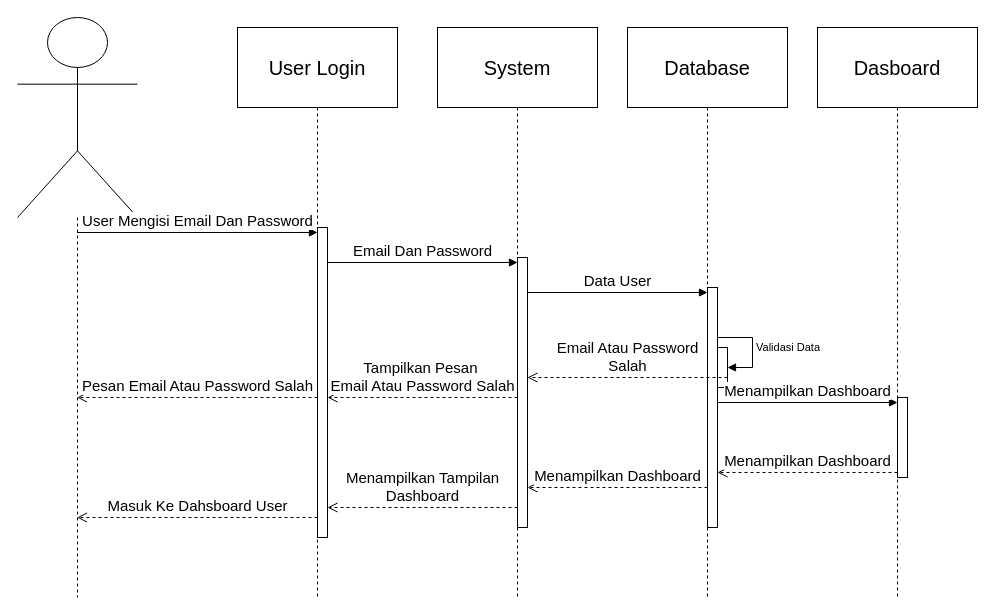
Above: Untitled Diagram.drawio in salmanalfarizqi/apps (draw.io), before the change. Source tidied: cells renumbered, new cells numbered last; positions are measured from the earlier drawing's top-left corner, leaving out a move shared by most shapes. Both pictures are drawn from the tidied source at 100%, with x=0, y=0 at pixel (17, 17).
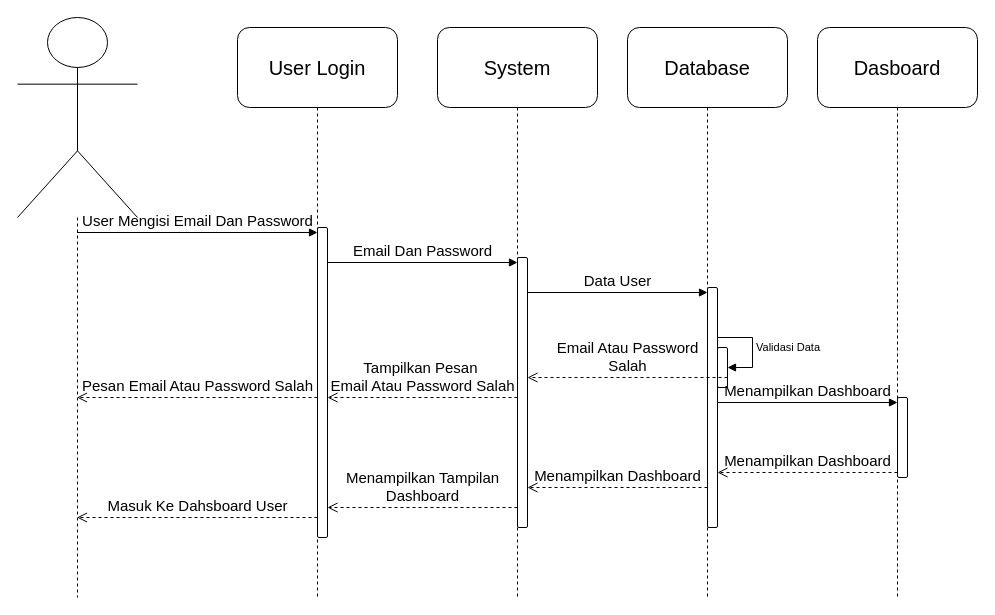
The same page after the edit.

Diff of the diagram source:
```diff
@@
-    <mxCell id="2" style="shape=umlLifeline;perimeter=lifelinePerimeter;whiteSpace=wrap;html=1;outlineConnect=0;portConstraint=eastwest;newEdgeStyle={&quot;curved&quot;:0,&quot;rounded&quot;:0};participant=umlActor;size=200;" parent="1" vertex="1">
+    <mxCell id="2" style="shape=umlLifeline;perimeter=lifelinePerimeter;whiteSpace=wrap;html=1;outlineConnect=0;portConstraint=eastwest;newEdgeStyle={&quot;curved&quot;:0,&quot;rounded&quot;:0};participant=umlActor;size=200;labelBackgroundColor=none;rounded=1;" parent="1" vertex="1">
       <mxGeometry width="120" height="580" as="geometry" />
     </mxCell>
-    <mxCell id="3" value="&lt;font style=&quot;font-size: 20px;&quot;&gt;User Login&lt;/font&gt;" style="shape=umlLifeline;perimeter=lifelinePerimeter;whiteSpace=wrap;html=1;newEdgeStyle={&quot;curved&quot;:0,&quot;rounded&quot;:0};size=80;" parent="1" vertex="1">
+    <mxCell id="3" value="&lt;font style=&quot;font-size: 20px;&quot;&gt;User Login&lt;/font&gt;" style="shape=umlLifeline;perimeter=lifelinePerimeter;whiteSpace=wrap;html=1;newEdgeStyle={&quot;curved&quot;:0,&quot;rounded&quot;:0};size=80;labelBackgroundColor=none;rounded=1;" parent="1" vertex="1">
       <mxGeometry x="220" y="10" width="160" height="570" as="geometry" />
     </mxCell>
-    <mxCell id="4" style="html=1;points=[[0,0,0,0,5],[0,1,0,0,-5],[1,0,0,0,5],[1,1,0,0,-5]];perimeter=orthogonalPerimeter;outlineConnect=0;targetShapes=umlLifeline;portConstraint=eastwest;newEdgeStyle={&quot;curved&quot;:0,&quot;rounded&quot;:0};" parent="3" vertex="1">
+    <mxCell id="4" style="html=1;points=[[0,0,0,0,5],[0,1,0,0,-5],[1,0,0,0,5],[1,1,0,0,-5]];perimeter=orthogonalPerimeter;outlineConnect=0;targetShapes=umlLifeline;portConstraint=eastwest;newEdgeStyle={&quot;curved&quot;:0,&quot;rounded&quot;:0};labelBackgroundColor=none;rounded=1;" parent="3" vertex="1">
       <mxGeometry x="80" y="200" width="10" height="310" as="geometry" />
     </mxCell>
-    <mxCell id="5" value="&lt;span style=&quot;font-size: 20px;&quot;&gt;System&lt;/span&gt;" style="shape=umlLifeline;perimeter=lifelinePerimeter;whiteSpace=wrap;html=1;newEdgeStyle={&quot;curved&quot;:0,&quot;rounded&quot;:0};size=80;" parent="1" vertex="1">
+    <mxCell id="5" value="&lt;span style=&quot;font-size: 20px;&quot;&gt;System&lt;/span&gt;" style="shape=umlLifeline;perimeter=lifelinePerimeter;whiteSpace=wrap;html=1;newEdgeStyle={&quot;curved&quot;:0,&quot;rounded&quot;:0};size=80;labelBackgroundColor=none;rounded=1;" parent="1" vertex="1">
       <mxGeometry x="420" y="10" width="160" height="570" as="geometry" />
     </mxCell>
-    <mxCell id="6" style="html=1;points=[[0,0,0,0,5],[0,1,0,0,-5],[1,0,0,0,5],[1,1,0,0,-5]];perimeter=orthogonalPerimeter;outlineConnect=0;targetShapes=umlLifeline;portConstraint=eastwest;newEdgeStyle={&quot;curved&quot;:0,&quot;rounded&quot;:0};" parent="5" vertex="1">
+    <mxCell id="6" style="html=1;points=[[0,0,0,0,5],[0,1,0,0,-5],[1,0,0,0,5],[1,1,0,0,-5]];perimeter=orthogonalPerimeter;outlineConnect=0;targetShapes=umlLifeline;portConstraint=eastwest;newEdgeStyle={&quot;curved&quot;:0,&quot;rounded&quot;:0};labelBackgroundColor=none;rounded=1;" parent="5" vertex="1">
       <mxGeometry x="80" y="230" width="10" height="270" as="geometry" />
     </mxCell>
-    <mxCell id="7" value="&lt;span style=&quot;font-size: 20px;&quot;&gt;Database&lt;/span&gt;" style="shape=umlLifeline;perimeter=lifelinePerimeter;whiteSpace=wrap;html=1;newEdgeStyle={&quot;curved&quot;:0,&quot;rounded&quot;:0};size=80;" parent="1" vertex="1">
+    <mxCell id="7" value="&lt;span style=&quot;font-size: 20px;&quot;&gt;Database&lt;/span&gt;" style="shape=umlLifeline;perimeter=lifelinePerimeter;whiteSpace=wrap;html=1;newEdgeStyle={&quot;curved&quot;:0,&quot;rounded&quot;:0};size=80;labelBackgroundColor=none;rounded=1;" parent="1" vertex="1">
       <mxGeometry x="610" y="10" width="160" height="570" as="geometry" />
     </mxCell>
-    <mxCell id="8" style="html=1;points=[[0,0,0,0,5],[0,1,0,0,-5],[1,0,0,0,5],[1,1,0,0,-5]];perimeter=orthogonalPerimeter;outlineConnect=0;targetShapes=umlLifeline;portConstraint=eastwest;newEdgeStyle={&quot;curved&quot;:0,&quot;rounded&quot;:0};" parent="7" vertex="1">
+    <mxCell id="8" style="html=1;points=[[0,0,0,0,5],[0,1,0,0,-5],[1,0,0,0,5],[1,1,0,0,-5]];perimeter=orthogonalPerimeter;outlineConnect=0;targetShapes=umlLifeline;portConstraint=eastwest;newEdgeStyle={&quot;curved&quot;:0,&quot;rounded&quot;:0};labelBackgroundColor=none;rounded=1;" parent="7" vertex="1">
       <mxGeometry x="80" y="260" width="10" height="240" as="geometry" />
     </mxCell>
-    <mxCell id="9" style="html=1;points=[[0,0,0,0,5],[0,1,0,0,-5],[1,0,0,0,5],[1,1,0,0,-5]];perimeter=orthogonalPerimeter;outlineConnect=0;targetShapes=umlLifeline;portConstraint=eastwest;newEdgeStyle={&quot;curved&quot;:0,&quot;rounded&quot;:0};" parent="7" vertex="1">
+    <mxCell id="9" style="html=1;points=[[0,0,0,0,5],[0,1,0,0,-5],[1,0,0,0,5],[1,1,0,0,-5]];perimeter=orthogonalPerimeter;outlineConnect=0;targetShapes=umlLifeline;portConstraint=eastwest;newEdgeStyle={&quot;curved&quot;:0,&quot;rounded&quot;:0};labelBackgroundColor=none;rounded=1;" parent="7" vertex="1">
       <mxGeometry x="90" y="320" width="10" height="40" as="geometry" />
     </mxCell>
-    <mxCell id="10" value="Validasi Data" style="html=1;align=left;spacingLeft=2;endArrow=block;rounded=0;edgeStyle=orthogonalEdgeStyle;curved=0;rounded=0;" parent="7" edge="1" source="8" target="9">
+    <mxCell id="10" value="Validasi Data" style="html=1;align=left;spacingLeft=2;endArrow=block;rounded=1;edgeStyle=orthogonalEdgeStyle;curved=0;rounded=0;labelBackgroundColor=none;fontColor=default;" parent="7" edge="1" source="8" target="9">
       <mxGeometry relative="1" as="geometry">
         <Array as="points">
           <mxPoint x="125" y="310" />
           <mxPoint x="125" y="340" />
         </Array>
       </mxGeometry>
     </mxCell>
-    <mxCell id="11" value="&lt;span style=&quot;font-size: 20px;&quot;&gt;Dasboard&lt;/span&gt;" style="shape=umlLifeline;perimeter=lifelinePerimeter;whiteSpace=wrap;html=1;newEdgeStyle={&quot;curved&quot;:0,&quot;rounded&quot;:0};size=80;" parent="1" vertex="1">
+    <mxCell id="11" value="&lt;span style=&quot;font-size: 20px;&quot;&gt;Dasboard&lt;/span&gt;" style="shape=umlLifeline;perimeter=lifelinePerimeter;whiteSpace=wrap;html=1;newEdgeStyle={&quot;curved&quot;:0,&quot;rounded&quot;:0};size=80;labelBackgroundColor=none;rounded=1;" parent="1" vertex="1">
       <mxGeometry x="800" y="10" width="160" height="570" as="geometry" />
     </mxCell>
-    <mxCell id="12" style="html=1;points=[[0,0,0,0,5],[0,1,0,0,-5],[1,0,0,0,5],[1,1,0,0,-5]];perimeter=orthogonalPerimeter;outlineConnect=0;targetShapes=umlLifeline;portConstraint=eastwest;newEdgeStyle={&quot;curved&quot;:0,&quot;rounded&quot;:0};" parent="11" vertex="1">
+    <mxCell id="12" style="html=1;points=[[0,0,0,0,5],[0,1,0,0,-5],[1,0,0,0,5],[1,1,0,0,-5]];perimeter=orthogonalPerimeter;outlineConnect=0;targetShapes=umlLifeline;portConstraint=eastwest;newEdgeStyle={&quot;curved&quot;:0,&quot;rounded&quot;:0};labelBackgroundColor=none;rounded=1;" parent="11" vertex="1">
       <mxGeometry x="80" y="370" width="10" height="80" as="geometry" />
     </mxCell>
-    <mxCell id="13" value="&lt;font style=&quot;font-size: 15px;&quot;&gt;User Mengisi Email Dan Password&lt;/font&gt;" style="html=1;verticalAlign=bottom;endArrow=block;curved=0;rounded=0;entryX=0;entryY=0;entryDx=0;entryDy=5;" parent="1" edge="1" source="2" target="4">
+    <mxCell id="13" value="&lt;font style=&quot;font-size: 15px;&quot;&gt;User Mengisi Email Dan Password&lt;/font&gt;" style="html=1;verticalAlign=bottom;endArrow=block;curved=0;rounded=1;entryX=0;entryY=0;entryDx=0;entryDy=5;labelBackgroundColor=none;fontColor=default;" parent="1" edge="1" source="2" target="4">
       <mxGeometry relative="1" as="geometry" />
     </mxCell>
-    <mxCell id="14" value="&lt;font style=&quot;font-size: 15px;&quot;&gt;Email Dan Password&lt;/font&gt;" style="html=1;verticalAlign=bottom;endArrow=block;curved=0;rounded=0;entryX=0;entryY=0;entryDx=0;entryDy=5;" parent="1" edge="1" source="4" target="6">
+    <mxCell id="14" value="&lt;font style=&quot;font-size: 15px;&quot;&gt;Email Dan Password&lt;/font&gt;" style="html=1;verticalAlign=bottom;endArrow=block;curved=0;rounded=1;entryX=0;entryY=0;entryDx=0;entryDy=5;labelBackgroundColor=none;fontColor=default;" parent="1" edge="1" source="4" target="6">
       <mxGeometry relative="1" as="geometry" />
     </mxCell>
-    <mxCell id="15" value="&lt;font style=&quot;font-size: 15px;&quot;&gt;Data User&lt;/font&gt;" style="html=1;verticalAlign=bottom;endArrow=block;curved=0;rounded=0;entryX=0;entryY=0;entryDx=0;entryDy=5;" parent="1" edge="1" source="6" target="8">
+    <mxCell id="15" value="&lt;font style=&quot;font-size: 15px;&quot;&gt;Data User&lt;/font&gt;" style="html=1;verticalAlign=bottom;endArrow=block;curved=0;rounded=1;entryX=0;entryY=0;entryDx=0;entryDy=5;labelBackgroundColor=none;fontColor=default;" parent="1" edge="1" source="6" target="8">
       <mxGeometry relative="1" as="geometry" />
     </mxCell>
-    <mxCell id="16" value="&lt;font style=&quot;font-size: 15px;&quot;&gt;Email Atau Password&lt;br&gt;Salah&lt;/font&gt;" style="html=1;verticalAlign=bottom;endArrow=open;dashed=1;endSize=8;curved=0;rounded=0;exitX=1;exitY=0.75;exitDx=0;exitDy=0;exitPerimeter=0;" parent="1" edge="1" source="9" target="6">
+    <mxCell id="16" value="&lt;font style=&quot;font-size: 15px;&quot;&gt;Email Atau Password&lt;br&gt;Salah&lt;/font&gt;" style="html=1;verticalAlign=bottom;endArrow=open;dashed=1;endSize=8;curved=0;rounded=1;exitX=1;exitY=0.75;exitDx=0;exitDy=0;exitPerimeter=0;labelBackgroundColor=none;fontColor=default;" parent="1" edge="1" source="9" target="6">
       <mxGeometry relative="1" as="geometry" />
     </mxCell>
-    <mxCell id="17" value="&lt;span style=&quot;font-size: 15px;&quot;&gt;Tampilkan Pesan&amp;nbsp;&lt;br&gt;Email Atau Password Salah&lt;br&gt;&lt;/span&gt;" style="html=1;verticalAlign=bottom;endArrow=open;dashed=1;endSize=8;curved=0;rounded=0;" parent="1" edge="1" target="4">
+    <mxCell id="17" value="&lt;span style=&quot;font-size: 15px;&quot;&gt;Tampilkan Pesan&amp;nbsp;&lt;br&gt;Email Atau Password Salah&lt;br&gt;&lt;/span&gt;" style="html=1;verticalAlign=bottom;endArrow=open;dashed=1;endSize=8;curved=0;rounded=1;labelBackgroundColor=none;fontColor=default;" parent="1" edge="1" target="4">
       <mxGeometry relative="1" as="geometry">
         <mxPoint x="500" y="380" as="sourcePoint" />
       </mxGeometry>
     </mxCell>
-    <mxCell id="18" value="&lt;font style=&quot;font-size: 15px;&quot;&gt;Pesan Email Atau Password Salah&lt;/font&gt;" style="html=1;verticalAlign=bottom;endArrow=open;dashed=1;endSize=8;curved=0;rounded=0;" parent="1" edge="1" target="2">
+    <mxCell id="18" value="&lt;font style=&quot;font-size: 15px;&quot;&gt;Pesan Email Atau Password Salah&lt;/font&gt;" style="html=1;verticalAlign=bottom;endArrow=open;dashed=1;endSize=8;curved=0;rounded=1;labelBackgroundColor=none;fontColor=default;" parent="1" edge="1" target="2">
       <mxGeometry relative="1" as="geometry">
         <mxPoint x="300" y="380" as="sourcePoint" />
       </mxGeometry>
     </mxCell>
-    <mxCell id="19" value="&lt;font style=&quot;font-size: 15px;&quot;&gt;Menampilkan Dashboard&lt;/font&gt;" style="html=1;verticalAlign=bottom;endArrow=block;curved=0;rounded=0;entryX=0;entryY=0;entryDx=0;entryDy=5;" parent="1" edge="1" source="8" target="12">
+    <mxCell id="19" value="&lt;font style=&quot;font-size: 15px;&quot;&gt;Menampilkan Dashboard&lt;/font&gt;" style="html=1;verticalAlign=bottom;endArrow=block;curved=0;rounded=1;entryX=0;entryY=0;entryDx=0;entryDy=5;labelBackgroundColor=none;fontColor=default;" parent="1" edge="1" source="8" target="12">
       <mxGeometry relative="1" as="geometry" />
     </mxCell>
-    <mxCell id="20" value="&lt;font style=&quot;font-size: 15px;&quot;&gt;Menampilkan Dashboard&lt;/font&gt;" style="html=1;verticalAlign=bottom;endArrow=open;dashed=1;endSize=8;curved=0;rounded=0;exitX=0;exitY=1;exitDx=0;exitDy=-5;" parent="1" edge="1" source="12" target="8">
+    <mxCell id="20" value="&lt;font style=&quot;font-size: 15px;&quot;&gt;Menampilkan Dashboard&lt;/font&gt;" style="html=1;verticalAlign=bottom;endArrow=open;dashed=1;endSize=8;curved=0;rounded=1;exitX=0;exitY=1;exitDx=0;exitDy=-5;labelBackgroundColor=none;fontColor=default;" parent="1" edge="1" source="12" target="8">
       <mxGeometry relative="1" as="geometry" />
     </mxCell>
-    <mxCell id="21" value="&lt;font style=&quot;font-size: 15px;&quot;&gt;Menampilkan Dashboard&lt;/font&gt;" style="html=1;verticalAlign=bottom;endArrow=open;dashed=1;endSize=8;curved=0;rounded=0;" parent="1" edge="1" target="6">
+    <mxCell id="21" value="&lt;font style=&quot;font-size: 15px;&quot;&gt;Menampilkan Dashboard&lt;/font&gt;" style="html=1;verticalAlign=bottom;endArrow=open;dashed=1;endSize=8;curved=0;rounded=1;labelBackgroundColor=none;fontColor=default;" parent="1" edge="1" target="6">
       <mxGeometry relative="1" as="geometry">
         <mxPoint x="690" y="470" as="sourcePoint" />
       </mxGeometry>
     </mxCell>
-    <mxCell id="22" value="&lt;font style=&quot;font-size: 15px;&quot;&gt;Menampilkan Tampilan &lt;br&gt;Dashboard&lt;/font&gt;" style="html=1;verticalAlign=bottom;endArrow=open;dashed=1;endSize=8;curved=0;rounded=0;" parent="1" edge="1" target="4">
+    <mxCell id="22" value="&lt;font style=&quot;font-size: 15px;&quot;&gt;Menampilkan Tampilan &lt;br&gt;Dashboard&lt;/font&gt;" style="html=1;verticalAlign=bottom;endArrow=open;dashed=1;endSize=8;curved=0;rounded=1;labelBackgroundColor=none;fontColor=default;" parent="1" edge="1" target="4">
       <mxGeometry relative="1" as="geometry">
         <mxPoint x="500" y="490" as="sourcePoint" />
       </mxGeometry>
     </mxCell>
-    <mxCell id="23" value="&lt;font style=&quot;font-size: 15px;&quot;&gt;Masuk Ke Dahsboard User&lt;/font&gt;" style="html=1;verticalAlign=bottom;endArrow=open;dashed=1;endSize=8;curved=0;rounded=0;" parent="1" edge="1" target="2">
+    <mxCell id="23" value="&lt;font style=&quot;font-size: 15px;&quot;&gt;Masuk Ke Dahsboard User&lt;/font&gt;" style="html=1;verticalAlign=bottom;endArrow=open;dashed=1;endSize=8;curved=0;rounded=1;labelBackgroundColor=none;fontColor=default;" parent="1" edge="1" target="2">
       <mxGeometry relative="1" as="geometry">
         <mxPoint x="300" y="500" as="sourcePoint" />
       </mxGeometry>
     </mxCell>
```
